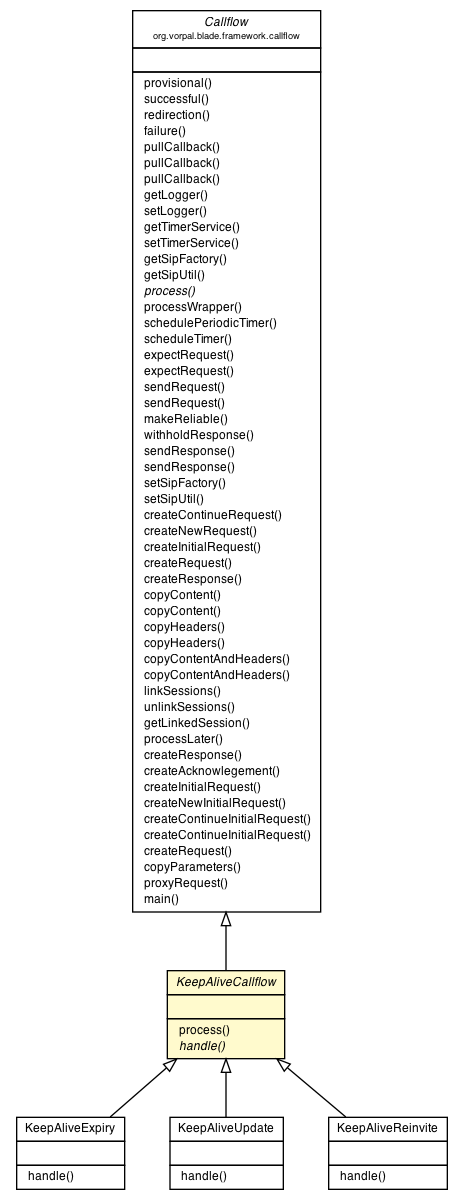
The Graphviz diagram blade/vorpal-blade-keep-alive/org/vorpal/blade/services/keepalive/KeepAliveCallflow.png in vorpalnet/vorpalnet.github.io, before a commit. Its source is kept beside it as blade/vorpal-blade-keep-alive/org/vorpal/blade/services/keepalive/KeepAliveCallflow.dot.
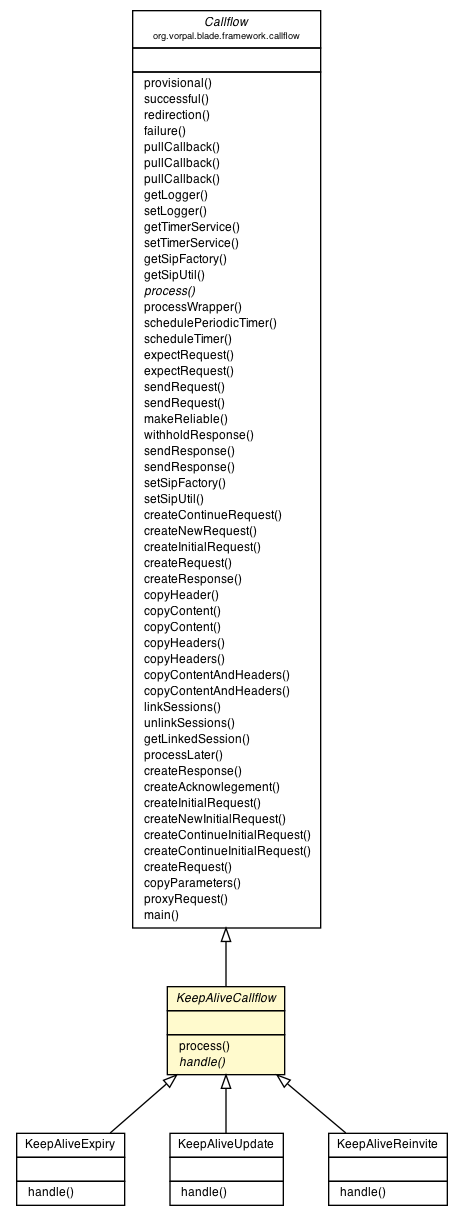
The same file after the commit.

The edit, as a diff of the source:
```diff
@@ -94,6 +94,7 @@
 <tr><td align="left" balign="left">  createInitialRequest() </td></tr>
 <tr><td align="left" balign="left">  createRequest() </td></tr>
 <tr><td align="left" balign="left">  createResponse() </td></tr>
+<tr><td align="left" balign="left">  copyHeader() </td></tr>
 <tr><td align="left" balign="left">  copyContent() </td></tr>
 <tr><td align="left" balign="left">  copyContent() </td></tr>
 <tr><td align="left" balign="left">  copyHeaders() </td></tr>
```
